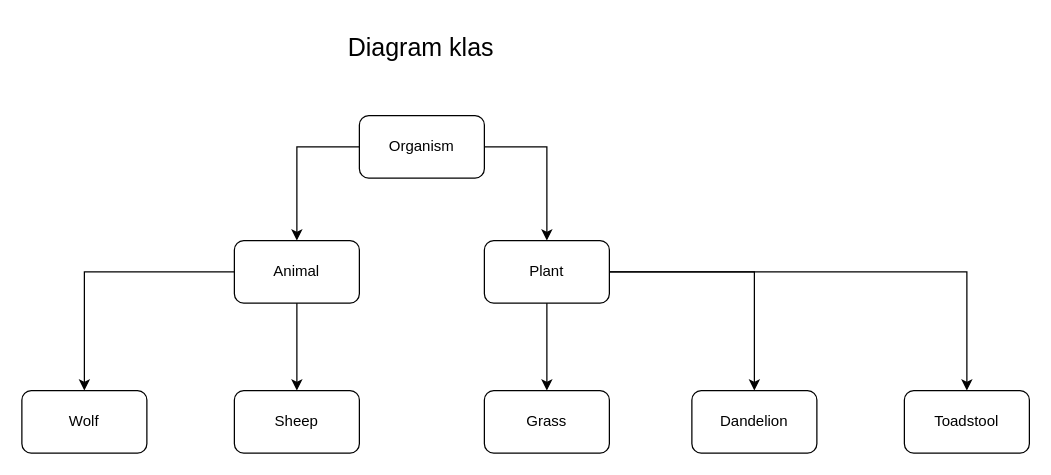
Above: diagram_klas.drawio in Roncik/CPP_World (draw.io), before the change. Source tidied: cells renumbered, new cells numbered last; positions are measured from the earlier drawing's top-left corner, leaving out a move shared by most shapes. Both pictures are drawn from the tidied source at 125%, with x=0, y=0 at pixel (21, 21).
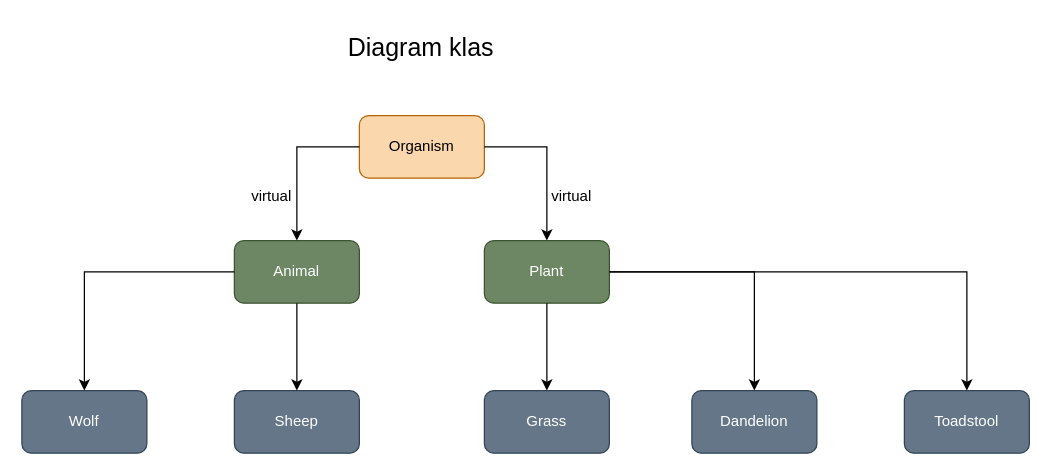
After the change.

Change to the diagram source:
```diff
@@
-<mxGraphModel>
+<mxGraphModel background="light-dark(#FFFFFF,#333333)">
@@
-    <mxCell id="3" value="Organism" style="rounded=1;whiteSpace=wrap;html=1;" parent="1" vertex="1">
+    <mxCell id="3" value="Organism" style="rounded=1;whiteSpace=wrap;html=1;fillColor=#fad7ac;strokeColor=#b46504;" parent="1" vertex="1">
       <mxGeometry x="270" y="75" width="100" height="50" as="geometry" />
     </mxCell>
-    <mxCell id="4" value="Animal" style="rounded=1;whiteSpace=wrap;html=1;" parent="1" vertex="1">
+    <mxCell id="4" value="Animal" style="rounded=1;whiteSpace=wrap;html=1;fillColor=#6d8764;fontColor=#ffffff;strokeColor=#3A5431;" parent="1" vertex="1">
       <mxGeometry x="170" y="175" width="100" height="50" as="geometry" />
     </mxCell>
-    <mxCell id="5" value="Plant" style="rounded=1;whiteSpace=wrap;html=1;" parent="1" vertex="1">
+    <mxCell id="5" value="Plant" style="rounded=1;whiteSpace=wrap;html=1;fillColor=#6d8764;fontColor=#ffffff;strokeColor=#3A5431;" parent="1" vertex="1">
       <mxGeometry x="370" y="175" width="100" height="50" as="geometry" />
     </mxCell>
@@
-    <mxCell id="8" value="Grass" style="rounded=1;whiteSpace=wrap;html=1;" parent="1" vertex="1">
+    <mxCell id="8" value="Grass" style="rounded=1;whiteSpace=wrap;html=1;fillColor=#647687;fontColor=#ffffff;strokeColor=#314354;" parent="1" vertex="1">
       <mxGeometry x="370" y="295" width="100" height="50" as="geometry" />
     </mxCell>
-    <mxCell id="9" value="Dandelion" style="rounded=1;whiteSpace=wrap;html=1;" parent="1" vertex="1">
+    <mxCell id="9" value="Dandelion" style="rounded=1;whiteSpace=wrap;html=1;fillColor=#647687;fontColor=#ffffff;strokeColor=#314354;" parent="1" vertex="1">
       <mxGeometry x="536" y="295" width="100" height="50" as="geometry" />
     </mxCell>
-    <mxCell id="10" value="Toadstool" style="rounded=1;whiteSpace=wrap;html=1;" parent="1" vertex="1">
+    <mxCell id="10" value="Toadstool" style="rounded=1;whiteSpace=wrap;html=1;fillColor=#647687;fontColor=#ffffff;strokeColor=#314354;" parent="1" vertex="1">
       <mxGeometry x="706" y="295" width="100" height="50" as="geometry" />
     </mxCell>
@@
-    <mxCell id="14" value="Sheep" style="rounded=1;whiteSpace=wrap;html=1;" parent="1" vertex="1">
+    <mxCell id="14" value="Sheep" style="rounded=1;whiteSpace=wrap;html=1;fillColor=#647687;fontColor=#ffffff;strokeColor=#314354;" parent="1" vertex="1">
       <mxGeometry x="170" y="295" width="100" height="50" as="geometry" />
     </mxCell>
-    <mxCell id="15" value="Wolf" style="rounded=1;whiteSpace=wrap;html=1;" parent="1" vertex="1">
+    <mxCell id="15" value="Wolf" style="rounded=1;whiteSpace=wrap;html=1;fillColor=#647687;fontColor=#ffffff;strokeColor=#314354;" parent="1" vertex="1">
       <mxGeometry y="295" width="100" height="50" as="geometry" />
     </mxCell>
@@
+    <mxCell id="18" value="virtual" style="text;html=1;whiteSpace=wrap;strokeColor=none;fillColor=none;align=center;verticalAlign=middle;rounded=0;" parent="1" vertex="1">
+      <mxGeometry x="410" y="125" width="60" height="30" as="geometry" />
+    </mxCell>
+    <mxCell id="19" value="virtual" style="text;html=1;whiteSpace=wrap;strokeColor=none;fillColor=none;align=center;verticalAlign=middle;rounded=0;" parent="1" vertex="1">
+      <mxGeometry x="170" y="125" width="60" height="30" as="geometry" />
+    </mxCell>
```
